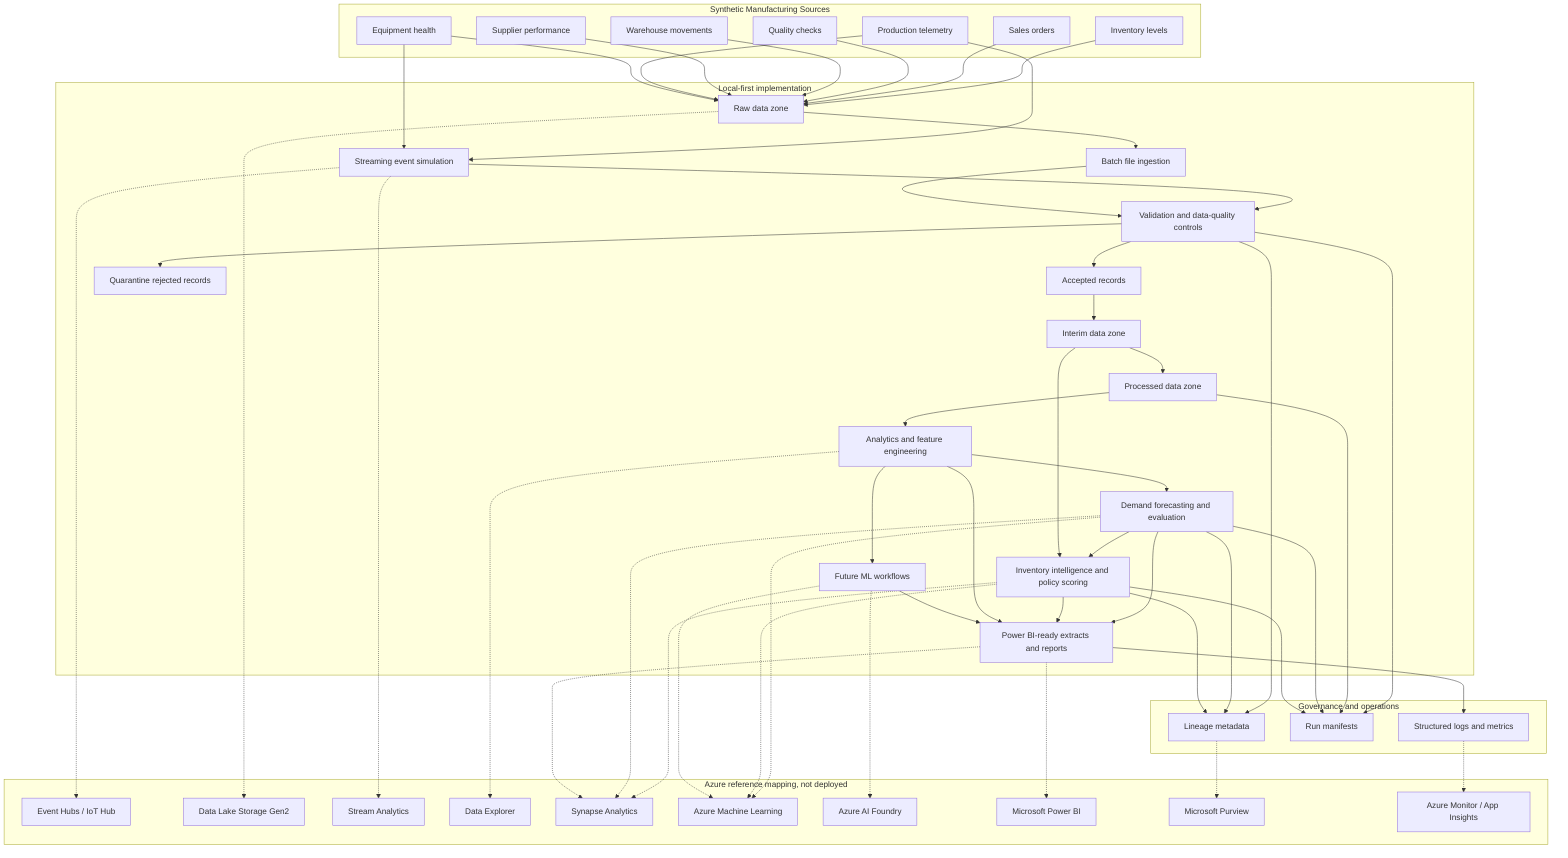
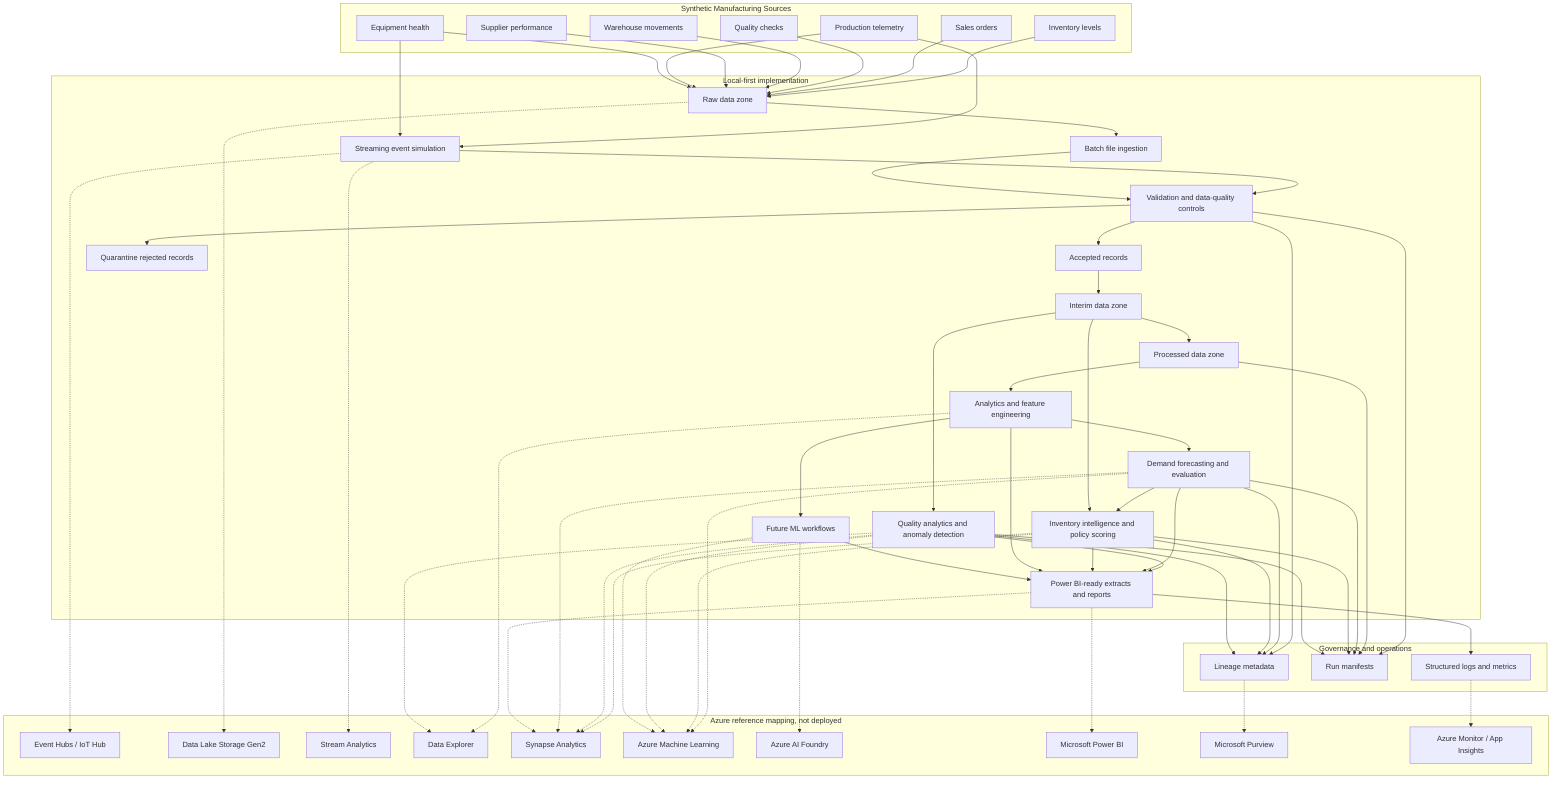
flowchart TD
    subgraph Sources["Synthetic Manufacturing Sources"]
        Production["Production telemetry"]
        Inventory["Inventory levels"]
        Sales["Sales orders"]
        Quality["Quality checks"]
        Equipment["Equipment health"]
        Warehouse["Warehouse movements"]
        Suppliers["Supplier performance"]
    end

    subgraph Local["Local-first implementation"]
        Raw["Raw data zone"]
        Batch["Batch file ingestion"]
        Stream["Streaming event simulation"]
        Validate["Validation and data-quality controls"]
        Accepted["Accepted records"]
        Quarantine["Quarantine rejected records"]
        Interim["Interim data zone"]
        Processed["Processed data zone"]
        Features["Analytics and feature engineering"]
        Forecasting["Demand forecasting and evaluation"]
        InventoryIntel["Inventory intelligence and policy scoring"]
+         QualityAnalytics["Quality analytics and anomaly detection"]
        ML["Future ML workflows"]
        Reporting["Power BI-ready extracts and reports"]
    end

    subgraph Governance["Governance and operations"]
        Lineage["Lineage metadata"]
        Manifests["Run manifests"]
        Logs["Structured logs and metrics"]
    end

    subgraph Azure["Azure reference mapping, not deployed"]
        EventHubs["Event Hubs / IoT Hub"]
        ADLS["Data Lake Storage Gen2"]
        StreamAnalytics["Stream Analytics"]
        ADX["Data Explorer"]
        Synapse["Synapse Analytics"]
        AzureML["Azure Machine Learning"]
        Foundry["Azure AI Foundry"]
        PowerBI["Microsoft Power BI"]
        Purview["Microsoft Purview"]
        Monitor["Azure Monitor / App Insights"]
    end

    Production --> Stream
    Equipment --> Stream
    Inventory --> Raw
    Sales --> Raw
    Quality --> Raw
    Warehouse --> Raw
    Suppliers --> Raw
    Production --> Raw
    Equipment --> Raw
    Raw --> Batch
    Stream --> Validate
    Batch --> Validate
    Validate --> Accepted
    Validate --> Quarantine
    Accepted --> Interim
    Interim --> Processed
    Processed --> Features
    Features --> Forecasting
    Forecasting --> InventoryIntel
    Interim --> InventoryIntel
+     Interim --> QualityAnalytics
+     QualityAnalytics --> Reporting
    Forecasting --> Reporting
    InventoryIntel --> Reporting
    Features --> ML
    Features --> Reporting
    ML --> Reporting
    Validate --> Lineage
    Validate --> Manifests
    Processed --> Manifests
    Reporting --> Logs
    Forecasting --> Lineage
    Forecasting --> Manifests
    InventoryIntel --> Lineage
    InventoryIntel --> Manifests
+     QualityAnalytics --> Lineage
+     QualityAnalytics --> Manifests

    Stream -.-> EventHubs
    Raw -.-> ADLS
    Stream -.-> StreamAnalytics
    Features -.-> ADX
    Forecasting -.-> AzureML
    InventoryIntel -.-> AzureML
    InventoryIntel -.-> Synapse
+     QualityAnalytics -.-> ADX
+     QualityAnalytics -.-> AzureML
+     QualityAnalytics -.-> Synapse
    Forecasting -.-> Synapse
    Reporting -.-> Synapse
    ML -.-> AzureML
    Reporting -.-> PowerBI
    Lineage -.-> Purview
    Logs -.-> Monitor
    ML -.-> Foundry
